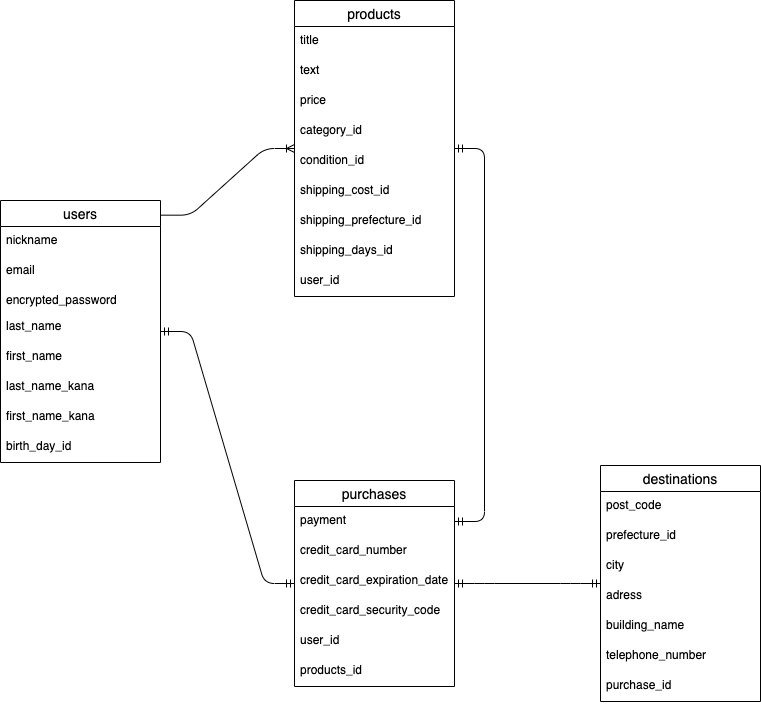
This is furima.drawio.png from yuki-brave/furima-37349, a draw.io export, as it was before one commit. Source tidied: cells renumbered, new cells last; positions are measured from the earlier drawing's top-left corner, leaving out a move shared by most shapes.
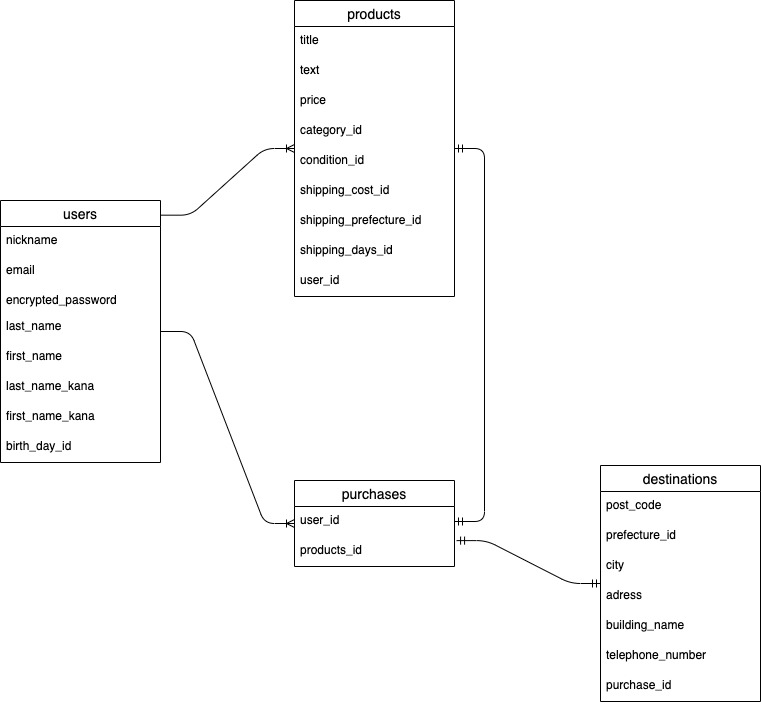
Above is the later version.

Change to the diagram source:
```diff
@@ -60,25 +60,13 @@
       <mxGeometry y="266" width="160" height="30" as="geometry" />
     </mxCell>
     <mxCell id="21" value="purchases" style="swimlane;fontStyle=0;horizontal=1;startSize=26;align=center;fontSize=14;" parent="1" vertex="1">
-      <mxGeometry x="294" y="480" width="160" height="206" as="geometry" />
+      <mxGeometry x="294" y="480" width="160" height="86" as="geometry" />
     </mxCell>
-    <mxCell id="22" value="payment" style="text;strokeColor=none;fillColor=none;spacingLeft=4;spacingRight=4;overflow=hidden;points=[[0,0.5],[1,0.5]];portConstraint=eastwest;fontSize=12;" parent="21" vertex="1">
-      <mxGeometry y="26" width="160" height="30" as="geometry" />
-    </mxCell>
-    <mxCell id="23" value="credit_card_number" style="text;strokeColor=none;fillColor=none;spacingLeft=4;spacingRight=4;overflow=hidden;fontSize=12;" parent="21" vertex="1">
-      <mxGeometry y="56" width="160" height="30" as="geometry" />
-    </mxCell>
-    <mxCell id="24" value="credit_card_expiration_date" style="text;strokeColor=none;fillColor=none;spacingLeft=4;spacingRight=4;overflow=hidden;fontSize=12;" parent="21" vertex="1">
-      <mxGeometry y="86" width="160" height="30" as="geometry" />
-    </mxCell>
-    <mxCell id="25" value="credit_card_security_code" style="text;strokeColor=none;fillColor=none;spacingLeft=4;spacingRight=4;overflow=hidden;fontSize=12;" parent="21" vertex="1">
-      <mxGeometry y="116" width="160" height="30" as="geometry" />
-    </mxCell>
     <mxCell id="26" value="user_id" style="text;strokeColor=none;fillColor=none;spacingLeft=4;spacingRight=4;overflow=hidden;fontSize=12;" parent="21" vertex="1">
-      <mxGeometry y="146" width="160" height="30" as="geometry" />
+      <mxGeometry y="26" width="160" height="30" as="geometry" />
     </mxCell>
     <mxCell id="27" value="products_id" style="text;strokeColor=none;fillColor=none;spacingLeft=4;spacingRight=4;overflow=hidden;points=[[0,0.5],[1,0.5]];portConstraint=eastwest;fontSize=12;" parent="21" vertex="1">
-      <mxGeometry y="176" width="160" height="30" as="geometry" />
+      <mxGeometry y="56" width="160" height="30" as="geometry" />
     </mxCell>
     <mxCell id="28" value="destinations" style="swimlane;fontStyle=0;horizontal=1;startSize=26;align=center;fontSize=14;" parent="1" vertex="1">
       <mxGeometry x="600" y="465" width="160" height="236" as="geometry" />
@@ -107,14 +95,16 @@
     <mxCell id="36" style="edgeStyle=entityRelationEdgeStyle;fontSize=12;html=1;endArrow=ERoneToMany;exitX=1.001;exitY=0.056;exitDx=0;exitDy=0;exitPerimeter=0;" parent="1" edge="1" source="2" target="11">
       <mxGeometry relative="1" as="geometry" />
     </mxCell>
-    <mxCell id="37" style="edgeStyle=entityRelationEdgeStyle;fontSize=12;html=1;endArrow=ERmandOne;startArrow=ERmandOne;" parent="1" edge="1" source="22" target="11">
-      <mxGeometry relative="1" as="geometry" />
+    <mxCell id="37" style="edgeStyle=entityRelationEdgeStyle;fontSize=12;html=1;endArrow=ERmandOne;startArrow=ERmandOne;" parent="1" edge="1" target="11">
+      <mxGeometry relative="1" as="geometry">
+        <mxPoint x="454" y="521" as="sourcePoint" />
+      </mxGeometry>
     </mxCell>
-    <mxCell id="38" style="edgeStyle=entityRelationEdgeStyle;fontSize=12;html=1;endArrow=ERmandOne;startArrow=ERmandOne;" parent="1" edge="1" source="21" target="2">
-      <mxGeometry relative="1" as="geometry" />
-    </mxCell>
-    <mxCell id="39" style="edgeStyle=entityRelationEdgeStyle;fontSize=12;html=1;endArrow=ERmandOne;startArrow=ERmandOne;" parent="1" edge="1" source="21" target="28">
+    <mxCell id="39" style="edgeStyle=entityRelationEdgeStyle;fontSize=12;html=1;endArrow=ERmandOne;startArrow=ERmandOne;exitX=1.013;exitY=0.137;exitDx=0;exitDy=0;exitPerimeter=0;" parent="1" edge="1" source="27" target="28">
       <mxGeometry relative="1" as="geometry" />
     </mxCell>
+    <mxCell id="40" style="edgeStyle=entityRelationEdgeStyle;fontSize=12;html=1;endArrow=ERoneToMany;" parent="1" edge="1" source="2" target="21">
+      <mxGeometry relative="1" as="geometry" />
+    </mxCell>
   </root>
 </mxGraphModel>
```
